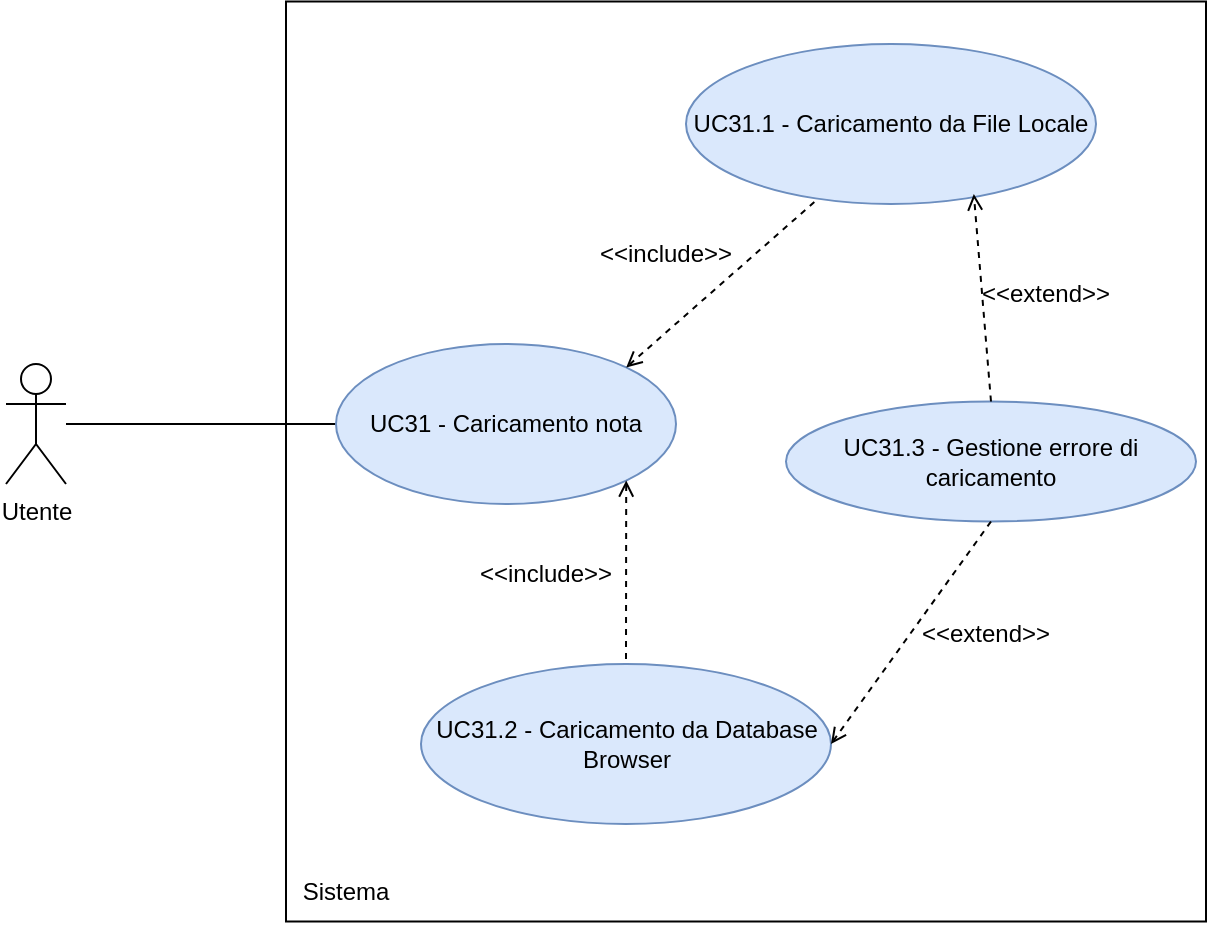
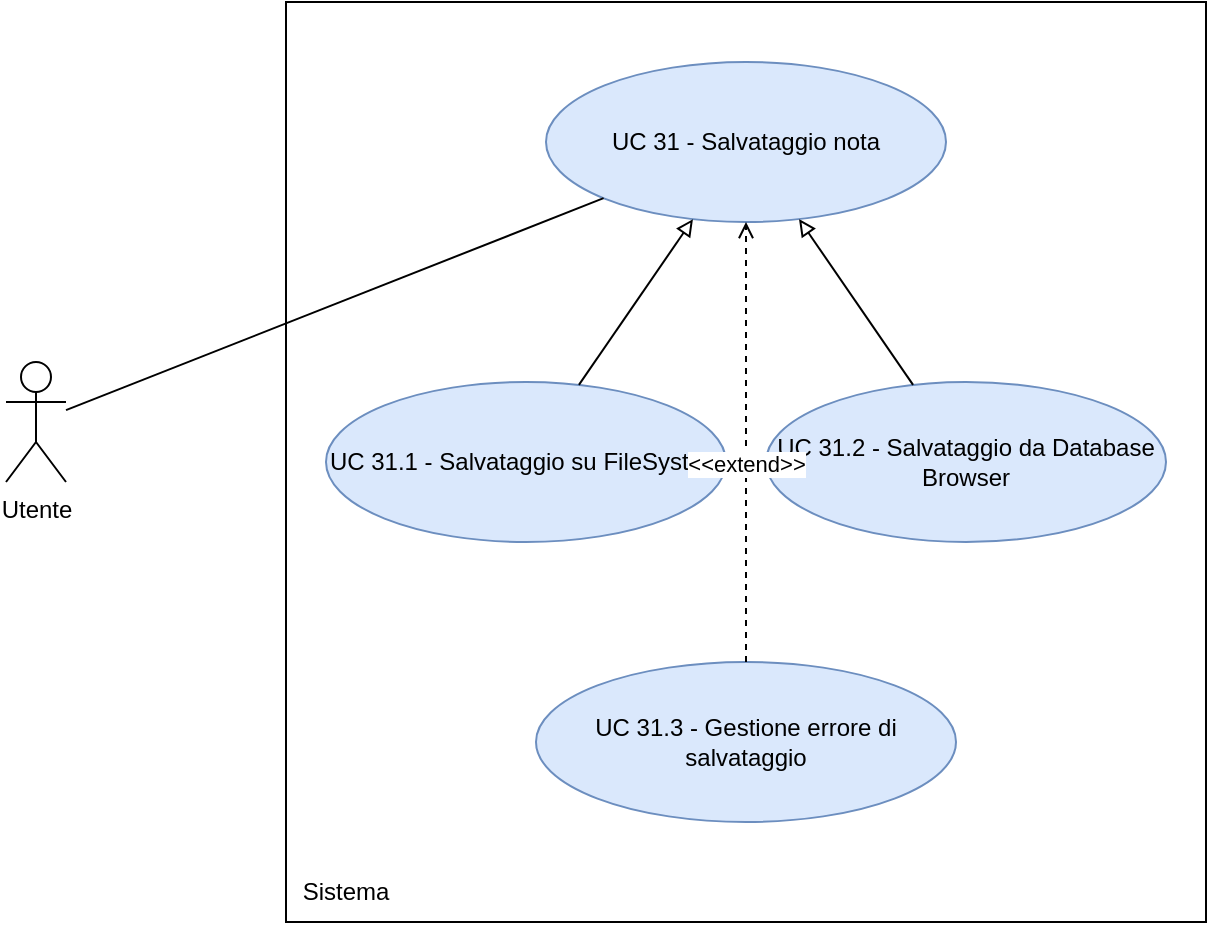
- <mxfile host="Electron" agent="Mozilla/5.0 (Macintosh; Intel Mac OS X 10_15_7) AppleWebKit/537.36 (KHTML, like Gecko) draw.io/29.6.6 Chrome/144.0.7559.236 Electron/40.8.4 Safari/537.36" version="29.6.6">
-   <diagram name="Page-1" id="txlnS8rQwgi-RHibTv1T">
-     <mxGraphModel dx="976" dy="656" grid="1" gridSize="10" guides="1" tooltips="1" connect="1" arrows="1" fold="1" page="1" pageScale="1" pageWidth="850" pageHeight="1100" math="0" shadow="0">
+ <mxfile host="app.diagrams.net">
+   <diagram name="UC 11 - Gestione Codice" id="Kt2Dgr2KxfvWRwyXOeAN">
+     <mxGraphModel dx="1483" dy="1032" grid="1" gridSize="10" guides="1" tooltips="1" connect="1" arrows="1" fold="1" page="1" pageScale="1" pageWidth="850" pageHeight="1100" math="0" shadow="0">
      <root>
        <mxCell id="0" />
        <mxCell id="1" parent="0" />
-         <mxCell id="FZwI5ev0mp1Ufgfl1J7u-1" parent="1" style="shape=umlActor;verticalLabelPosition=bottom;verticalAlign=top;html=1;outlineConnect=0;" value="Utente" vertex="1">
-           <mxGeometry height="60" width="30" x="90" y="270" as="geometry" />
+         <mxCell id="RaLqJGYHGWQkEpiDzxTo-662" parent="1" style="shape=umlActor;verticalLabelPosition=bottom;verticalAlign=top;html=1;outlineConnect=0;" value="Utente" vertex="1">
+           <mxGeometry height="60" width="30" x="90" y="370" as="geometry" />
        </mxCell>
-         <mxCell id="FZwI5ev0mp1Ufgfl1J7u-4" parent="1" style="whiteSpace=wrap;html=1;aspect=fixed;" value="" vertex="1">
-           <mxGeometry height="460" width="460" x="230" y="88.75" as="geometry" />
+         <mxCell id="RaLqJGYHGWQkEpiDzxTo-663" parent="1" style="whiteSpace=wrap;html=1;aspect=fixed;" value="" vertex="1">
+           <mxGeometry height="460" width="460" x="230" y="190" as="geometry" />
        </mxCell>
-         <mxCell id="FZwI5ev0mp1Ufgfl1J7u-6" edge="1" parent="1" source="FZwI5ev0mp1Ufgfl1J7u-5" style="edgeStyle=orthogonalEdgeStyle;rounded=0;orthogonalLoop=1;jettySize=auto;html=1;endArrow=none;endFill=0;">
-           <mxGeometry relative="1" as="geometry">
-             <mxPoint x="120" y="300" as="targetPoint" />
+         <mxCell id="RaLqJGYHGWQkEpiDzxTo-664" parent="1" style="text;html=1;whiteSpace=wrap;strokeColor=none;fillColor=none;align=center;verticalAlign=middle;rounded=0;" value="Sistema" vertex="1">
+           <mxGeometry height="30" width="60" x="230" y="620" as="geometry" />
+         </mxCell>
+         <mxCell id="RaLqJGYHGWQkEpiDzxTo-665" parent="1" style="ellipse;whiteSpace=wrap;html=1;fillColor=#dae8fc;strokeColor=#6c8ebf;" value="UC 31 - Salvataggio nota" vertex="1">
+           <mxGeometry height="80" width="200" x="360" y="220" as="geometry" />
+         </mxCell>
+         <mxCell id="RaLqJGYHGWQkEpiDzxTo-666" edge="1" parent="1" source="RaLqJGYHGWQkEpiDzxTo-662" style="edgeStyle=none;rounded=0;orthogonalLoop=1;jettySize=auto;html=1;endArrow=none;endFill=0;" target="RaLqJGYHGWQkEpiDzxTo-665">
+           <mxGeometry relative="1" as="geometry" />
+         </mxCell>
+         <mxCell id="RaLqJGYHGWQkEpiDzxTo-667" parent="1" style="ellipse;whiteSpace=wrap;html=1;fillColor=#dae8fc;strokeColor=#6c8ebf;" value="UC 31.1 - Salvataggio su FileSystem" vertex="1">
+           <mxGeometry height="80" width="200" x="250" y="380" as="geometry" />
+         </mxCell>
+         <mxCell id="RaLqJGYHGWQkEpiDzxTo-668" edge="1" parent="1" source="RaLqJGYHGWQkEpiDzxTo-667" style="edgeStyle=none;rounded=0;orthogonalLoop=1;jettySize=auto;html=1;endArrow=block;endFill=0;" target="RaLqJGYHGWQkEpiDzxTo-665">
+           <mxGeometry relative="1" as="geometry" />
+         </mxCell>
+         <mxCell id="RaLqJGYHGWQkEpiDzxTo-669" parent="1" style="ellipse;whiteSpace=wrap;html=1;fillColor=#dae8fc;strokeColor=#6c8ebf;" value="UC 31.2 - Salvataggio da Database Browser" vertex="1">
+           <mxGeometry height="80" width="200" x="470" y="380" as="geometry" />
+         </mxCell>
+         <mxCell id="RaLqJGYHGWQkEpiDzxTo-670" edge="1" parent="1" source="RaLqJGYHGWQkEpiDzxTo-669" style="edgeStyle=none;rounded=0;orthogonalLoop=1;jettySize=auto;html=1;endArrow=block;endFill=0;" target="RaLqJGYHGWQkEpiDzxTo-665">
+           <mxGeometry relative="1" as="geometry" />
+         </mxCell>
+         <mxCell id="RaLqJGYHGWQkEpiDzxTo-671" parent="1" style="ellipse;whiteSpace=wrap;html=1;fillColor=#dae8fc;strokeColor=#6c8ebf;" value="UC 31.3 - Gestione errore di salvataggio" vertex="1">
+           <mxGeometry height="80" width="210" x="355" y="520" as="geometry" />
+         </mxCell>
+         <mxCell id="RaLqJGYHGWQkEpiDzxTo-672" edge="1" parent="1" source="RaLqJGYHGWQkEpiDzxTo-671" style="edgeStyle=none;rounded=0;orthogonalLoop=1;jettySize=auto;html=1;endArrow=open;endFill=0;dashed=1;" target="RaLqJGYHGWQkEpiDzxTo-665">
+           <mxGeometry relative="1" as="geometry" />
+         </mxCell>
+         <mxCell id="RaLqJGYHGWQkEpiDzxTo-673" connectable="0" parent="RaLqJGYHGWQkEpiDzxTo-672" style="edgeLabel;html=1;align=center;verticalAlign=middle;resizable=0;points=[];" value="&amp;lt;&amp;lt;extend&amp;gt;&amp;gt;" vertex="1">
+           <mxGeometry relative="1" x="-0.1" as="geometry">
+             <mxPoint as="offset" />
          </mxGeometry>
-         </mxCell>
-         <mxCell id="FZwI5ev0mp1Ufgfl1J7u-5" parent="1" style="ellipse;whiteSpace=wrap;html=1;fillColor=#dae8fc;strokeColor=#6c8ebf;" value="UC31 - Caricamento nota" vertex="1">
-           <mxGeometry height="80" width="170" x="255" y="260" as="geometry" />
-         </mxCell>
-         <mxCell id="FZwI5ev0mp1Ufgfl1J7u-7" parent="1" style="text;html=1;whiteSpace=wrap;strokeColor=none;fillColor=none;align=center;verticalAlign=middle;rounded=0;" value="Sistema" vertex="1">
-           <mxGeometry height="30" width="60" x="230" y="518.75" as="geometry" />
-         </mxCell>
-         <mxCell id="FZwI5ev0mp1Ufgfl1J7u-8" parent="1" style="ellipse;whiteSpace=wrap;html=1;fillColor=#dae8fc;strokeColor=#6c8ebf;" value="UC31.1 - Caricamento da File Locale" vertex="1">
-           <mxGeometry height="80" width="205" x="430" y="110" as="geometry" />
-         </mxCell>
-         <mxCell id="FZwI5ev0mp1Ufgfl1J7u-9" edge="1" parent="1" source="FZwI5ev0mp1Ufgfl1J7u-5" style="endArrow=none;dashed=1;html=1;rounded=0;entryX=0.324;entryY=0.963;entryDx=0;entryDy=0;entryPerimeter=0;exitX=1;exitY=0;exitDx=0;exitDy=0;startArrow=open;startFill=0;" target="FZwI5ev0mp1Ufgfl1J7u-8" value="">
-           <mxGeometry height="50" relative="1" width="50" as="geometry">
-             <mxPoint x="380" y="260" as="sourcePoint" />
-             <mxPoint x="425" y="210" as="targetPoint" />
-           </mxGeometry>
-         </mxCell>
-         <mxCell id="FZwI5ev0mp1Ufgfl1J7u-10" parent="1" style="text;html=1;whiteSpace=wrap;strokeColor=none;fillColor=none;align=center;verticalAlign=middle;rounded=0;" value="&amp;lt;&amp;lt;include&amp;gt;&amp;gt;" vertex="1">
-           <mxGeometry height="30" width="60" x="390" y="200" as="geometry" />
-         </mxCell>
-         <mxCell id="FZwI5ev0mp1Ufgfl1J7u-12" parent="1" style="ellipse;whiteSpace=wrap;html=1;fillColor=#dae8fc;strokeColor=#6c8ebf;" value="UC31.2 - Caricamento da Database Browser" vertex="1">
-           <mxGeometry height="80" width="205" x="297.5" y="420" as="geometry" />
-         </mxCell>
-         <mxCell id="FZwI5ev0mp1Ufgfl1J7u-13" edge="1" parent="1" source="FZwI5ev0mp1Ufgfl1J7u-5" style="endArrow=none;dashed=1;html=1;rounded=0;entryX=0.5;entryY=0;entryDx=0;entryDy=0;exitX=1;exitY=1;exitDx=0;exitDy=0;startArrow=open;startFill=0;" target="FZwI5ev0mp1Ufgfl1J7u-12" value="">
-           <mxGeometry height="50" relative="1" width="50" as="geometry">
-             <mxPoint x="380" y="370" as="sourcePoint" />
-             <mxPoint x="430" y="320" as="targetPoint" />
-           </mxGeometry>
-         </mxCell>
-         <mxCell id="FZwI5ev0mp1Ufgfl1J7u-14" parent="1" style="text;html=1;whiteSpace=wrap;strokeColor=none;fillColor=none;align=center;verticalAlign=middle;rounded=0;" value="&amp;lt;&amp;lt;include&amp;gt;&amp;gt;" vertex="1">
-           <mxGeometry height="30" width="60" x="330" y="360" as="geometry" />
-         </mxCell>
-         <mxCell id="LWnYfFB5YCyXbUspVLDi-2" parent="1" style="ellipse;whiteSpace=wrap;html=1;fillColor=#dae8fc;strokeColor=#6c8ebf;" value="UC31.3 - Gestione errore di caricamento" vertex="1">
-           <mxGeometry height="60" width="205" x="480" y="288.75" as="geometry" />
-         </mxCell>
-         <mxCell id="LWnYfFB5YCyXbUspVLDi-3" edge="1" parent="1" source="LWnYfFB5YCyXbUspVLDi-2" style="endArrow=open;dashed=1;html=1;rounded=0;entryX=1;entryY=0.5;entryDx=0;entryDy=0;startArrow=none;startFill=0;endFill=0;exitX=0.5;exitY=1;exitDx=0;exitDy=0;" target="FZwI5ev0mp1Ufgfl1J7u-12" value="">
-           <mxGeometry height="50" relative="1" width="50" as="geometry">
-             <mxPoint x="507.5" y="450" as="sourcePoint" />
-             <mxPoint x="557.5" y="400" as="targetPoint" />
-           </mxGeometry>
-         </mxCell>
-         <mxCell id="LWnYfFB5YCyXbUspVLDi-4" parent="1" style="text;html=1;whiteSpace=wrap;strokeColor=none;fillColor=none;align=center;verticalAlign=middle;rounded=0;" value="&amp;lt;&amp;lt;extend&amp;gt;&amp;gt;" vertex="1">
-           <mxGeometry height="30" width="60" x="550" y="390" as="geometry" />
-         </mxCell>
-         <mxCell id="ghKOniO48uFgJtgcgB0B-2" edge="1" parent="1" source="LWnYfFB5YCyXbUspVLDi-2" style="endArrow=open;dashed=1;html=1;rounded=0;exitX=0.5;exitY=0;exitDx=0;exitDy=0;entryX=0.702;entryY=0.938;entryDx=0;entryDy=0;entryPerimeter=0;startArrow=none;startFill=0;endFill=0;" target="FZwI5ev0mp1Ufgfl1J7u-8" value="">
-           <mxGeometry height="50" relative="1" width="50" as="geometry">
-             <mxPoint x="570" y="280" as="sourcePoint" />
-             <mxPoint x="620" y="230" as="targetPoint" />
-           </mxGeometry>
-         </mxCell>
-         <mxCell id="ghKOniO48uFgJtgcgB0B-3" parent="1" style="text;html=1;whiteSpace=wrap;strokeColor=none;fillColor=none;align=center;verticalAlign=middle;rounded=0;" value="&amp;lt;&amp;lt;extend&amp;gt;&amp;gt;" vertex="1">
-           <mxGeometry height="30" width="60" x="580" y="220" as="geometry" />
        </mxCell>
      </root>
    </mxGraphModel>
  </diagram>
</mxfile>
